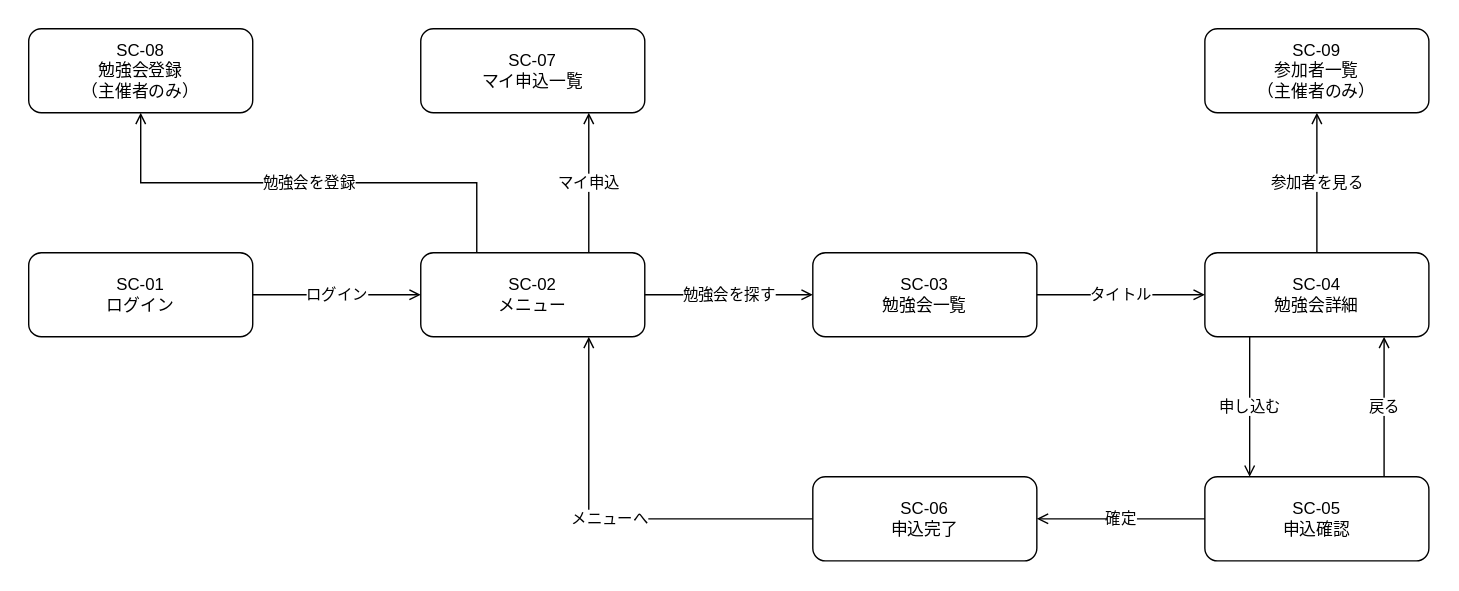
Earlier version of the draw.io export docs/diagrams/screen-study.svg (hiroshees/drawio-design-kit). Source tidied: cells renumbered, new cells last; positions are measured from the earlier drawing's top-left corner, leaving out a move shared by most shapes.
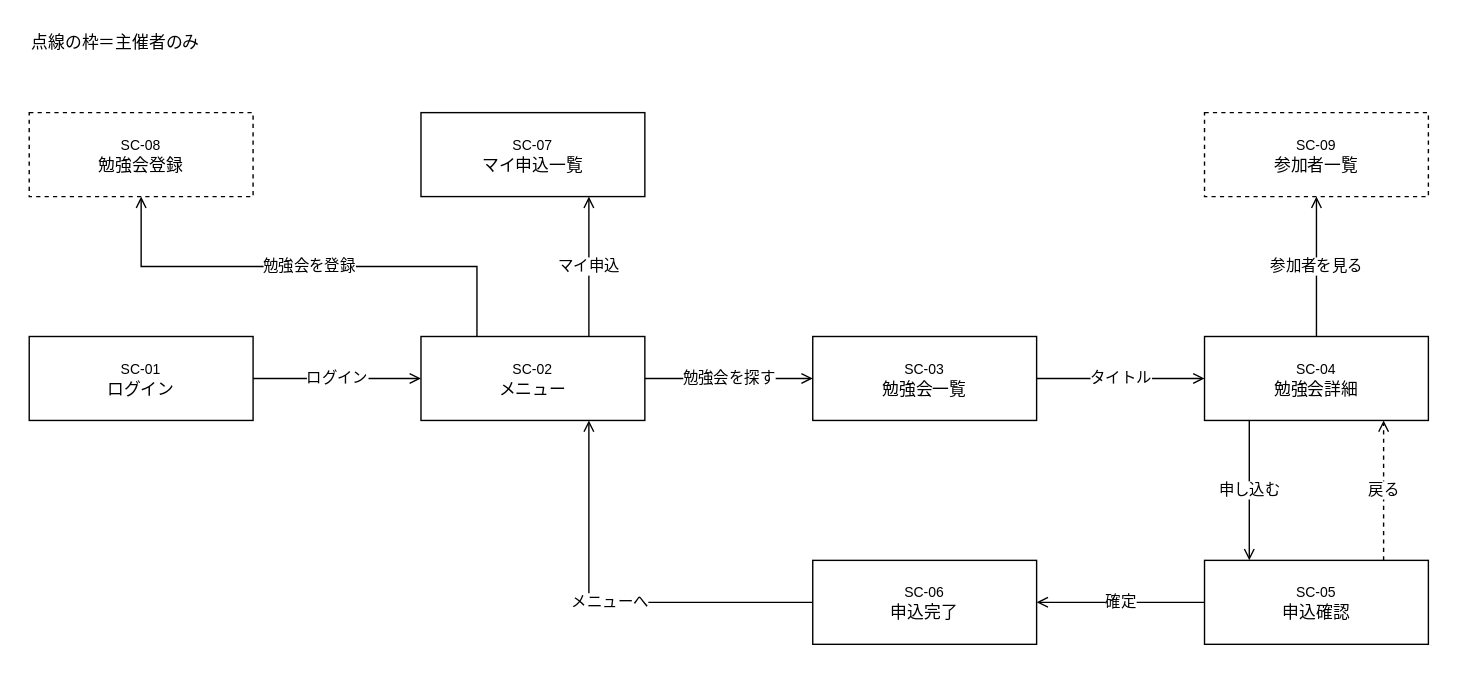
The same diagram one commit later.

Commit message:
fix er and screen diagram

Diff of the diagram source:
```diff
@@ -2,31 +2,34 @@
   <root>
     <mxCell id="0" />
     <mxCell id="1" parent="0" />
+    <mxCell id="21" value="点線の枠＝主催者のみ" style="text;html=1;align=left;verticalAlign=middle;" parent="1" vertex="1">
+      <mxGeometry y="-60" width="200" height="20" as="geometry" />
+    </mxCell>
-    <mxCell id="2" value="SC-01&lt;br&gt;ログイン" style="rounded=1;whiteSpace=wrap;html=1;fillColor=#FFFFFF;strokeColor=#000000;" parent="1" vertex="1">
+    <mxCell id="2" value="&lt;font style=&quot;font-size:10px&quot;&gt;SC-01&lt;/font&gt;&lt;br&gt;ログイン" style="rounded=0;whiteSpace=wrap;html=1;fillColor=#FFFFFF;strokeColor=#000000;" parent="1" vertex="1">
       <mxGeometry y="160" width="160" height="60" as="geometry" />
     </mxCell>
-    <mxCell id="3" value="SC-02&lt;br&gt;メニュー" style="rounded=1;whiteSpace=wrap;html=1;fillColor=#FFFFFF;strokeColor=#000000;" parent="1" vertex="1">
+    <mxCell id="3" value="&lt;font style=&quot;font-size:10px&quot;&gt;SC-02&lt;/font&gt;&lt;br&gt;メニュー" style="rounded=0;whiteSpace=wrap;html=1;fillColor=#FFFFFF;strokeColor=#000000;" parent="1" vertex="1">
       <mxGeometry x="280" y="160" width="160" height="60" as="geometry" />
     </mxCell>
-    <mxCell id="4" value="SC-03&lt;br&gt;勉強会一覧" style="rounded=1;whiteSpace=wrap;html=1;fillColor=#FFFFFF;strokeColor=#000000;" parent="1" vertex="1">
+    <mxCell id="4" value="&lt;font style=&quot;font-size:10px&quot;&gt;SC-03&lt;/font&gt;&lt;br&gt;勉強会一覧" style="rounded=0;whiteSpace=wrap;html=1;fillColor=#FFFFFF;strokeColor=#000000;" parent="1" vertex="1">
       <mxGeometry x="560" y="160" width="160" height="60" as="geometry" />
     </mxCell>
-    <mxCell id="5" value="SC-04&lt;br&gt;勉強会詳細" style="rounded=1;whiteSpace=wrap;html=1;fillColor=#FFFFFF;strokeColor=#000000;" parent="1" vertex="1">
+    <mxCell id="5" value="&lt;font style=&quot;font-size:10px&quot;&gt;SC-04&lt;/font&gt;&lt;br&gt;勉強会詳細" style="rounded=0;whiteSpace=wrap;html=1;fillColor=#FFFFFF;strokeColor=#000000;" parent="1" vertex="1">
       <mxGeometry x="840" y="160" width="160" height="60" as="geometry" />
     </mxCell>
-    <mxCell id="6" value="SC-05&lt;br&gt;申込確認" style="rounded=1;whiteSpace=wrap;html=1;fillColor=#FFFFFF;strokeColor=#000000;" parent="1" vertex="1">
+    <mxCell id="6" value="&lt;font style=&quot;font-size:10px&quot;&gt;SC-05&lt;/font&gt;&lt;br&gt;申込確認" style="rounded=0;whiteSpace=wrap;html=1;fillColor=#FFFFFF;strokeColor=#000000;" parent="1" vertex="1">
       <mxGeometry x="840" y="320" width="160" height="60" as="geometry" />
     </mxCell>
-    <mxCell id="7" value="SC-06&lt;br&gt;申込完了" style="rounded=1;whiteSpace=wrap;html=1;fillColor=#FFFFFF;strokeColor=#000000;" parent="1" vertex="1">
+    <mxCell id="7" value="&lt;font style=&quot;font-size:10px&quot;&gt;SC-06&lt;/font&gt;&lt;br&gt;申込完了" style="rounded=0;whiteSpace=wrap;html=1;fillColor=#FFFFFF;strokeColor=#000000;" parent="1" vertex="1">
       <mxGeometry x="560" y="320" width="160" height="60" as="geometry" />
     </mxCell>
-    <mxCell id="8" value="SC-07&lt;br&gt;マイ申込一覧" style="rounded=1;whiteSpace=wrap;html=1;fillColor=#FFFFFF;strokeColor=#000000;" parent="1" vertex="1">
+    <mxCell id="8" value="&lt;font style=&quot;font-size:10px&quot;&gt;SC-07&lt;/font&gt;&lt;br&gt;マイ申込一覧" style="rounded=0;whiteSpace=wrap;html=1;fillColor=#FFFFFF;strokeColor=#000000;" parent="1" vertex="1">
       <mxGeometry x="280" width="160" height="60" as="geometry" />
     </mxCell>
-    <mxCell id="9" value="SC-08&lt;br&gt;勉強会登録&lt;br&gt;（主催者のみ）" style="rounded=1;whiteSpace=wrap;html=1;fillColor=#FFFFFF;strokeColor=#000000;" parent="1" vertex="1">
+    <mxCell id="9" value="&lt;font style=&quot;font-size:10px&quot;&gt;SC-08&lt;/font&gt;&lt;br&gt;勉強会登録" style="rounded=0;whiteSpace=wrap;html=1;fillColor=#FFFFFF;strokeColor=#000000;dashed=1;" parent="1" vertex="1">
       <mxGeometry width="160" height="60" as="geometry" />
     </mxCell>
-    <mxCell id="10" value="SC-09&lt;br&gt;参加者一覧&lt;br&gt;（主催者のみ）" style="rounded=1;whiteSpace=wrap;html=1;fillColor=#FFFFFF;strokeColor=#000000;" parent="1" vertex="1">
+    <mxCell id="10" value="&lt;font style=&quot;font-size:10px&quot;&gt;SC-09&lt;/font&gt;&lt;br&gt;参加者一覧" style="rounded=0;whiteSpace=wrap;html=1;fillColor=#FFFFFF;strokeColor=#000000;dashed=1;" parent="1" vertex="1">
       <mxGeometry x="840" width="160" height="60" as="geometry" />
     </mxCell>
     <mxCell id="11" value="ログイン" style="edgeStyle=orthogonalEdgeStyle;rounded=0;html=1;endArrow=open;endFill=0;labelBackgroundColor=#FFFFFF;exitX=1;exitY=0.5;exitDx=0;exitDy=0;entryX=0;entryY=0.5;entryDx=0;entryDy=0;" parent="1" edge="1" source="2" target="3">
@@ -41,7 +44,7 @@
     <mxCell id="14" value="申し込む" style="edgeStyle=orthogonalEdgeStyle;rounded=0;html=1;endArrow=open;endFill=0;labelBackgroundColor=#FFFFFF;exitX=0.2;exitY=1;exitDx=0;exitDy=0;entryX=0.2;entryY=0;entryDx=0;entryDy=0;" parent="1" edge="1" source="5" target="6">
       <mxGeometry relative="1" as="geometry" />
     </mxCell>
-    <mxCell id="15" value="戻る" style="edgeStyle=orthogonalEdgeStyle;rounded=0;html=1;endArrow=open;endFill=0;labelBackgroundColor=#FFFFFF;exitX=0.8;exitY=0;exitDx=0;exitDy=0;entryX=0.8;entryY=1;entryDx=0;entryDy=0;" parent="1" edge="1" source="6" target="5">
+    <mxCell id="15" value="戻る" style="edgeStyle=orthogonalEdgeStyle;rounded=0;html=1;dashed=1;endArrow=open;endFill=0;labelBackgroundColor=#FFFFFF;exitX=0.8;exitY=0;exitDx=0;exitDy=0;entryX=0.8;entryY=1;entryDx=0;entryDy=0;" parent="1" edge="1" source="6" target="5">
       <mxGeometry relative="1" as="geometry" />
     </mxCell>
     <mxCell id="16" value="確定" style="edgeStyle=orthogonalEdgeStyle;rounded=0;html=1;endArrow=open;endFill=0;labelBackgroundColor=#FFFFFF;exitX=0;exitY=0.5;exitDx=0;exitDy=0;entryX=1;entryY=0.5;entryDx=0;entryDy=0;" parent="1" edge="1" source="6" target="7">
```
